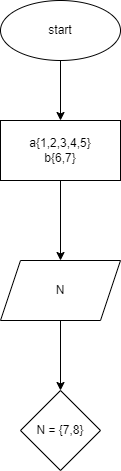
Earlier version of the draw.io export homework/lesson2/task015/015.drawio.png (AleksandRepin/CS_homework). Source tidied: cells renumbered, new cells last; positions are measured from the earlier drawing's top-left corner, leaving out a move shared by most shapes. The source it was exported from:
```xml
<mxGraphModel>
  <root>
    <mxCell id="0" />
    <mxCell id="1" parent="0" />
    <mxCell id="2" style="edgeStyle=none;html=1;" parent="1" edge="1" source="3" target="5">
      <mxGeometry relative="1" as="geometry" />
    </mxCell>
    <mxCell id="3" value="start" style="ellipse;whiteSpace=wrap;html=1;" parent="1" vertex="1">
      <mxGeometry width="120" height="60" as="geometry" />
    </mxCell>
    <mxCell id="4" style="edgeStyle=none;html=1;" parent="1" edge="1" source="5" target="7">
      <mxGeometry relative="1" as="geometry" />
    </mxCell>
    <mxCell id="5" value="a{1,2,3,4,5}&lt;br&gt;b{6,7}" style="whiteSpace=wrap;html=1;" parent="1" vertex="1">
      <mxGeometry y="120" width="120" height="60" as="geometry" />
    </mxCell>
    <mxCell id="6" style="edgeStyle=none;html=1;" parent="1" edge="1" source="7">
      <mxGeometry relative="1" as="geometry">
        <mxPoint x="60" y="390" as="targetPoint" />
      </mxGeometry>
    </mxCell>
    <mxCell id="7" value="N" style="shape=parallelogram;perimeter=parallelogramPerimeter;whiteSpace=wrap;html=1;fixedSize=1;" parent="1" vertex="1">
      <mxGeometry y="260" width="120" height="60" as="geometry" />
    </mxCell>
    <mxCell id="8" value="N = {7,8}" style="rhombus;whiteSpace=wrap;html=1;" parent="1" vertex="1">
      <mxGeometry x="20" y="390" width="80" height="80" as="geometry" />
    </mxCell>
  </root>
</mxGraphModel>
```
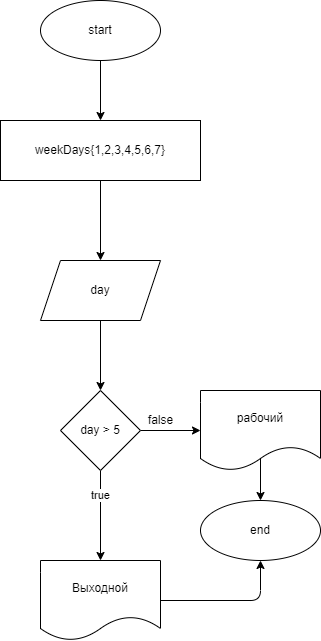
Later version of the same file.

Commit message:
corrected diagram

The edit, as a diff of the source:
```diff
@@ -2,28 +2,65 @@
   <root>
     <mxCell id="0" />
     <mxCell id="1" parent="0" />
-    <mxCell id="2" style="edgeStyle=none;html=1;" parent="1" edge="1" source="3" target="5">
-      <mxGeometry relative="1" as="geometry" />
+    <mxCell id="2" style="edgeStyle=none;html=1;" parent="1" edge="1" source="3">
+      <mxGeometry relative="1" as="geometry">
+        <mxPoint x="60" y="120" as="targetPoint" />
+      </mxGeometry>
     </mxCell>
     <mxCell id="3" value="start" style="ellipse;whiteSpace=wrap;html=1;" parent="1" vertex="1">
       <mxGeometry width="120" height="60" as="geometry" />
     </mxCell>
-    <mxCell id="4" style="edgeStyle=none;html=1;" parent="1" edge="1" source="5" target="7">
-      <mxGeometry relative="1" as="geometry" />
+    <mxCell id="4" style="edgeStyle=none;html=1;" parent="1" edge="1" target="7">
+      <mxGeometry relative="1" as="geometry">
+        <mxPoint x="60" y="180" as="sourcePoint" />
+      </mxGeometry>
     </mxCell>
-    <mxCell id="5" value="a{1,2,3,4,5}&lt;br&gt;b{6,7}" style="whiteSpace=wrap;html=1;" parent="1" vertex="1">
-      <mxGeometry y="120" width="120" height="60" as="geometry" />
-    </mxCell>
     <mxCell id="6" style="edgeStyle=none;html=1;" parent="1" edge="1" source="7">
       <mxGeometry relative="1" as="geometry">
         <mxPoint x="60" y="390" as="targetPoint" />
       </mxGeometry>
     </mxCell>
-    <mxCell id="7" value="N" style="shape=parallelogram;perimeter=parallelogramPerimeter;whiteSpace=wrap;html=1;fixedSize=1;" parent="1" vertex="1">
+    <mxCell id="7" value="day" style="shape=parallelogram;perimeter=parallelogramPerimeter;whiteSpace=wrap;html=1;fixedSize=1;" parent="1" vertex="1">
       <mxGeometry y="260" width="120" height="60" as="geometry" />
     </mxCell>
+    <mxCell id="9" style="edgeStyle=none;html=1;" parent="1" edge="1" source="8">
+      <mxGeometry relative="1" as="geometry">
+        <mxPoint x="60" y="560" as="targetPoint" />
+      </mxGeometry>
+    </mxCell>
+    <mxCell id="10" value="true" style="edgeLabel;html=1;align=center;verticalAlign=middle;" parent="9" vertex="1">
+      <mxGeometry x="-0.47" y="-1" relative="1" as="geometry" />
+    </mxCell>
+    <mxCell id="11" style="edgeStyle=none;html=1;" parent="1" edge="1" source="8" target="16">
+      <mxGeometry relative="1" as="geometry" />
+    </mxCell>
-    <mxCell id="8" value="N = {7,8}" style="rhombus;whiteSpace=wrap;html=1;" parent="1" vertex="1">
+    <mxCell id="8" value="day &amp;gt; 5" style="rhombus;whiteSpace=wrap;html=1;" parent="1" vertex="1">
       <mxGeometry x="20" y="390" width="80" height="80" as="geometry" />
     </mxCell>
+    <mxCell id="12" value="weekDays{1,2,3,4,5,6,7}" style="whiteSpace=wrap;html=1;" parent="1" vertex="1">
+      <mxGeometry x="-40" y="120" width="200" height="60" as="geometry" />
+    </mxCell>
+    <mxCell id="13" style="edgeStyle=none;html=1;exitX=1;exitY=0.5;exitDx=0;exitDy=0;entryX=0.5;entryY=1;entryDx=0;entryDy=0;" parent="1" edge="1" source="14" target="17">
+      <mxGeometry relative="1" as="geometry">
+        <Array as="points">
+          <mxPoint x="220" y="600" />
+        </Array>
+      </mxGeometry>
+    </mxCell>
+    <mxCell id="14" value="Выходной" style="shape=document;whiteSpace=wrap;html=1;boundedLbl=1;" parent="1" vertex="1">
+      <mxGeometry y="560" width="120" height="80" as="geometry" />
+    </mxCell>
+    <mxCell id="15" style="edgeStyle=none;html=1;exitX=0.5;exitY=0;exitDx=0;exitDy=0;entryX=0.5;entryY=0;entryDx=0;entryDy=0;" parent="1" edge="1" source="16" target="17">
+      <mxGeometry relative="1" as="geometry" />
+    </mxCell>
+    <mxCell id="16" value="рабочий" style="shape=document;whiteSpace=wrap;html=1;boundedLbl=1;" parent="1" vertex="1">
+      <mxGeometry x="160" y="390" width="120" height="80" as="geometry" />
+    </mxCell>
+    <mxCell id="17" value="end" style="ellipse;whiteSpace=wrap;html=1;" parent="1" vertex="1">
+      <mxGeometry x="160" y="500" width="120" height="60" as="geometry" />
+    </mxCell>
+    <mxCell id="18" value="false" style="text;html=1;align=center;verticalAlign=middle;strokeColor=none;fillColor=none;" parent="1" vertex="1">
+      <mxGeometry x="100" y="410" width="40" height="20" as="geometry" />
+    </mxCell>
   </root>
 </mxGraphModel>
```
